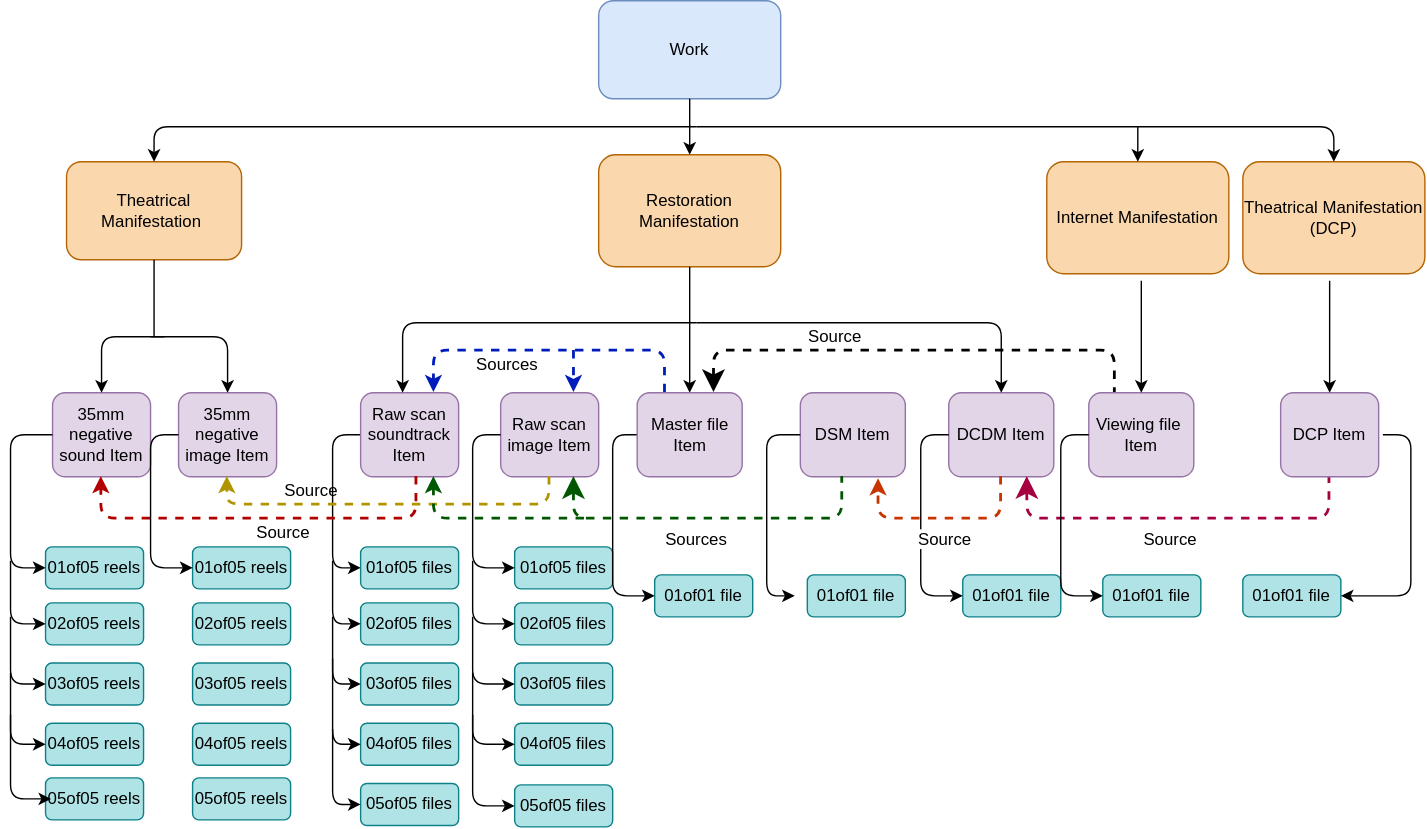
Earlier version of the draw.io export markdown/diagrams/digit_item7.drawio.svg (FIAF/fiaf-cataloguing-manual). Source tidied: cells renumbered, new cells last; positions are measured from the earlier drawing's top-left corner, leaving out a move shared by most shapes.
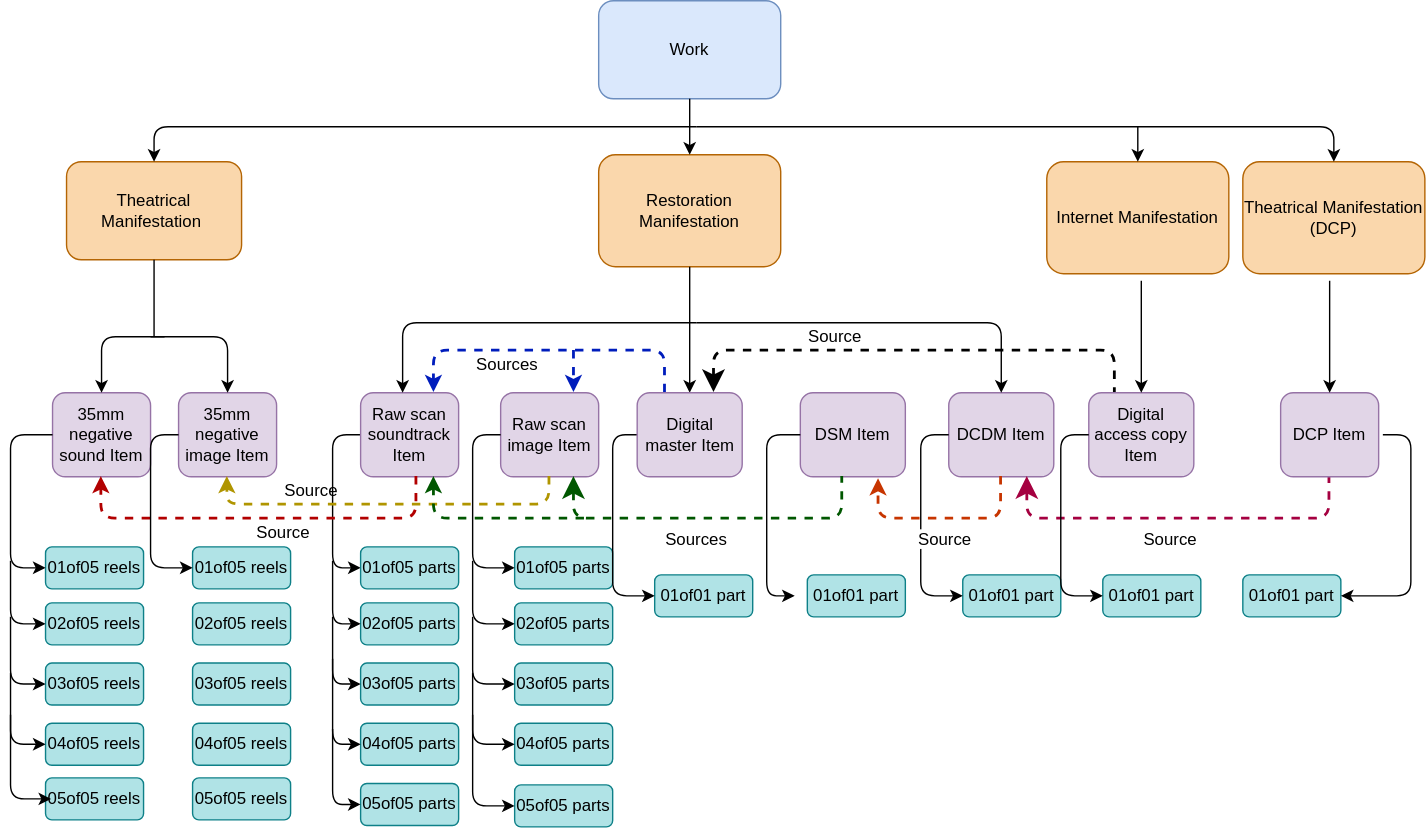
After the commit.

Commit message:
Update digital Item diagram labels and component guidance

Change to the diagram source:
```diff
@@ -786,7 +786,7 @@
     <mxCell id="161" value="Raw scan image Item" style="rounded=1;whiteSpace=wrap;html=1;fillColor=#e1d5e7;strokeColor=#9673a6;roundedPerimeter=1;" parent="1" vertex="1">
       <mxGeometry x="631" y="280" width="70" height="60" as="geometry" />
     </mxCell>
-    <mxCell id="162" value="Viewing file&amp;nbsp; Item" style="rounded=1;whiteSpace=wrap;html=1;fillColor=#e1d5e7;strokeColor=#9673a6;roundedPerimeter=1;" parent="1" vertex="1">
+    <mxCell id="162" value="Digital access copy Item" style="rounded=1;whiteSpace=wrap;html=1;fillColor=#e1d5e7;strokeColor=#9673a6;roundedPerimeter=1;" parent="1" vertex="1">
       <mxGeometry x="1051" y="280" width="75" height="60" as="geometry" />
     </mxCell>
     <mxCell id="163" style="endArrow=classic;html=1;rounded=1;entryX=0.5;entryY=0;entryDx=0;entryDy=0;" parent="1" edge="1" target="157">
@@ -824,49 +824,49 @@
         </Array>
       </mxGeometry>
     </mxCell>
-    <mxCell id="167" value="01of05 files" style="rounded=1;whiteSpace=wrap;html=1;fillColor=#b0e3e6;strokeColor=#0e8088;roundedPerimeter=1;" parent="1" vertex="1">
+    <mxCell id="167" value="01of05 parts" style="rounded=1;whiteSpace=wrap;html=1;fillColor=#b0e3e6;strokeColor=#0e8088;roundedPerimeter=1;" parent="1" vertex="1">
       <mxGeometry x="531" y="390" width="70" height="30" as="geometry" />
     </mxCell>
-    <mxCell id="168" value="01of05 files" style="rounded=1;whiteSpace=wrap;html=1;fillColor=#b0e3e6;strokeColor=#0e8088;roundedPerimeter=1;" parent="1" vertex="1">
+    <mxCell id="168" value="01of05 parts" style="rounded=1;whiteSpace=wrap;html=1;fillColor=#b0e3e6;strokeColor=#0e8088;roundedPerimeter=1;" parent="1" vertex="1">
       <mxGeometry x="641" y="390" width="70" height="30" as="geometry" />
     </mxCell>
-    <mxCell id="169" value="01of01 file" style="rounded=1;whiteSpace=wrap;html=1;fillColor=#b0e3e6;strokeColor=#0e8088;roundedPerimeter=1;" parent="1" vertex="1">
+    <mxCell id="169" value="01of01 part" style="rounded=1;whiteSpace=wrap;html=1;fillColor=#b0e3e6;strokeColor=#0e8088;roundedPerimeter=1;" parent="1" vertex="1">
       <mxGeometry x="741" y="410" width="70" height="30" as="geometry" />
     </mxCell>
-    <mxCell id="170" value="01of01 file" style="rounded=1;whiteSpace=wrap;html=1;fillColor=#b0e3e6;strokeColor=#0e8088;roundedPerimeter=1;" parent="1" vertex="1">
+    <mxCell id="170" value="01of01 part" style="rounded=1;whiteSpace=wrap;html=1;fillColor=#b0e3e6;strokeColor=#0e8088;roundedPerimeter=1;" parent="1" vertex="1">
       <mxGeometry x="850" y="410" width="70" height="30" as="geometry" />
     </mxCell>
     <mxCell id="171" value="01of05 reels" style="rounded=1;whiteSpace=wrap;html=1;fillColor=#b0e3e6;strokeColor=#0e8088;roundedPerimeter=1;" parent="1" vertex="1">
       <mxGeometry x="306" y="390" width="70" height="30" as="geometry" />
     </mxCell>
-    <mxCell id="172" value="01of01 file" style="rounded=1;whiteSpace=wrap;html=1;fillColor=#b0e3e6;strokeColor=#0e8088;roundedPerimeter=1;" parent="1" vertex="1">
+    <mxCell id="172" value="01of01 part" style="rounded=1;whiteSpace=wrap;html=1;fillColor=#b0e3e6;strokeColor=#0e8088;roundedPerimeter=1;" parent="1" vertex="1">
       <mxGeometry x="961" y="410" width="70" height="30" as="geometry" />
     </mxCell>
-    <mxCell id="173" value="01of01 file" style="rounded=1;whiteSpace=wrap;html=1;fillColor=#b0e3e6;strokeColor=#0e8088;roundedPerimeter=1;" parent="1" vertex="1">
+    <mxCell id="173" value="01of01 part" style="rounded=1;whiteSpace=wrap;html=1;fillColor=#b0e3e6;strokeColor=#0e8088;roundedPerimeter=1;" parent="1" vertex="1">
       <mxGeometry x="1061" y="410" width="70" height="30" as="geometry" />
     </mxCell>
-    <mxCell id="174" value="02of05 files" style="rounded=1;whiteSpace=wrap;html=1;fillColor=#b0e3e6;strokeColor=#0e8088;roundedPerimeter=1;" parent="1" vertex="1">
+    <mxCell id="174" value="02of05 parts" style="rounded=1;whiteSpace=wrap;html=1;fillColor=#b0e3e6;strokeColor=#0e8088;roundedPerimeter=1;" parent="1" vertex="1">
       <mxGeometry x="531" y="430" width="70" height="30" as="geometry" />
     </mxCell>
-    <mxCell id="175" value="03of05 files" style="rounded=1;whiteSpace=wrap;html=1;fillColor=#b0e3e6;strokeColor=#0e8088;roundedPerimeter=1;" parent="1" vertex="1">
+    <mxCell id="175" value="03of05 parts" style="rounded=1;whiteSpace=wrap;html=1;fillColor=#b0e3e6;strokeColor=#0e8088;roundedPerimeter=1;" parent="1" vertex="1">
       <mxGeometry x="531" y="473" width="70" height="30" as="geometry" />
     </mxCell>
-    <mxCell id="176" value="04of05 files" style="rounded=1;whiteSpace=wrap;html=1;fillColor=#b0e3e6;strokeColor=#0e8088;roundedPerimeter=1;" parent="1" vertex="1">
+    <mxCell id="176" value="04of05 parts" style="rounded=1;whiteSpace=wrap;html=1;fillColor=#b0e3e6;strokeColor=#0e8088;roundedPerimeter=1;" parent="1" vertex="1">
       <mxGeometry x="531" y="516" width="70" height="30" as="geometry" />
     </mxCell>
-    <mxCell id="177" value="05of05 files" style="rounded=1;whiteSpace=wrap;html=1;fillColor=#b0e3e6;strokeColor=#0e8088;roundedPerimeter=1;" parent="1" vertex="1">
+    <mxCell id="177" value="05of05 parts" style="rounded=1;whiteSpace=wrap;html=1;fillColor=#b0e3e6;strokeColor=#0e8088;roundedPerimeter=1;" parent="1" vertex="1">
       <mxGeometry x="531" y="559" width="70" height="30" as="geometry" />
     </mxCell>
-    <mxCell id="178" value="02of05 files" style="rounded=1;whiteSpace=wrap;html=1;fillColor=#b0e3e6;strokeColor=#0e8088;roundedPerimeter=1;" parent="1" vertex="1">
+    <mxCell id="178" value="02of05 parts" style="rounded=1;whiteSpace=wrap;html=1;fillColor=#b0e3e6;strokeColor=#0e8088;roundedPerimeter=1;" parent="1" vertex="1">
       <mxGeometry x="641" y="430" width="70" height="30" as="geometry" />
     </mxCell>
-    <mxCell id="179" value="03of05 files" style="rounded=1;whiteSpace=wrap;html=1;fillColor=#b0e3e6;strokeColor=#0e8088;roundedPerimeter=1;" parent="1" vertex="1">
+    <mxCell id="179" value="03of05 parts" style="rounded=1;whiteSpace=wrap;html=1;fillColor=#b0e3e6;strokeColor=#0e8088;roundedPerimeter=1;" parent="1" vertex="1">
       <mxGeometry x="641" y="473" width="70" height="30" as="geometry" />
     </mxCell>
-    <mxCell id="180" value="04of05 files" style="rounded=1;whiteSpace=wrap;html=1;fillColor=#b0e3e6;strokeColor=#0e8088;roundedPerimeter=1;" parent="1" vertex="1">
+    <mxCell id="180" value="04of05 parts" style="rounded=1;whiteSpace=wrap;html=1;fillColor=#b0e3e6;strokeColor=#0e8088;roundedPerimeter=1;" parent="1" vertex="1">
       <mxGeometry x="641" y="516" width="70" height="30" as="geometry" />
     </mxCell>
-    <mxCell id="181" value="05of05 files" style="rounded=1;whiteSpace=wrap;html=1;fillColor=#b0e3e6;strokeColor=#0e8088;roundedPerimeter=1;" parent="1" vertex="1">
+    <mxCell id="181" value="05of05 parts" style="rounded=1;whiteSpace=wrap;html=1;fillColor=#b0e3e6;strokeColor=#0e8088;roundedPerimeter=1;" parent="1" vertex="1">
       <mxGeometry x="641" y="560" width="70" height="30" as="geometry" />
     </mxCell>
     <mxCell id="182" style="endArrow=classic;html=1;rounded=1;entryX=0;entryY=0.5;entryDx=0;entryDy=0;" parent="1" edge="1" target="174">
@@ -933,7 +933,7 @@
         </Array>
       </mxGeometry>
     </mxCell>
-    <mxCell id="190" value="01of01 file" style="rounded=1;whiteSpace=wrap;html=1;fillColor=#b0e3e6;strokeColor=#0e8088;roundedPerimeter=1;" parent="1" vertex="1">
+    <mxCell id="190" value="01of01 part" style="rounded=1;whiteSpace=wrap;html=1;fillColor=#b0e3e6;strokeColor=#0e8088;roundedPerimeter=1;" parent="1" vertex="1">
       <mxGeometry x="1161" y="410" width="70" height="30" as="geometry" />
     </mxCell>
     <mxCell id="191" style="endArrow=classic;html=1;rounded=1;entryX=0;entryY=0.5;entryDx=0;entryDy=0;" parent="1" edge="1" target="169">
@@ -1202,7 +1202,7 @@
         </Array>
       </mxGeometry>
     </mxCell>
-    <mxCell id="239" value="Master file Item" style="rounded=1;whiteSpace=wrap;html=1;fillColor=#e1d5e7;strokeColor=#9673a6;roundedPerimeter=1;" parent="1" vertex="1">
+    <mxCell id="239" value="Digital master Item" style="rounded=1;whiteSpace=wrap;html=1;fillColor=#e1d5e7;strokeColor=#9673a6;roundedPerimeter=1;" parent="1" vertex="1">
       <mxGeometry x="728.5" y="280" width="75" height="60" as="geometry" />
     </mxCell>
     <mxCell id="240" style="endArrow=classic;html=1;rounded=1;entryX=0.5;entryY=0;entryDx=0;entryDy=0;" parent="1" edge="1" target="230">
```
